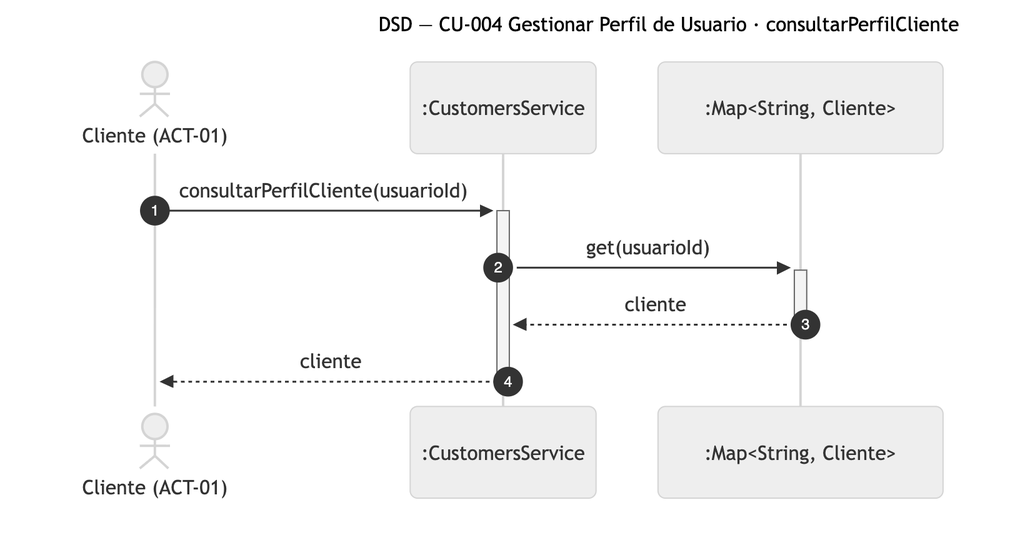
This is diagramas/png/DSD_CU-004_consultarPerfilCliente.png from Nahuelito-Dev/splg-docs, a Mermaid export, as it was before one commit. Its source is kept beside it as diagramas/DSD_CU-004_consultarPerfilCliente.mmd.
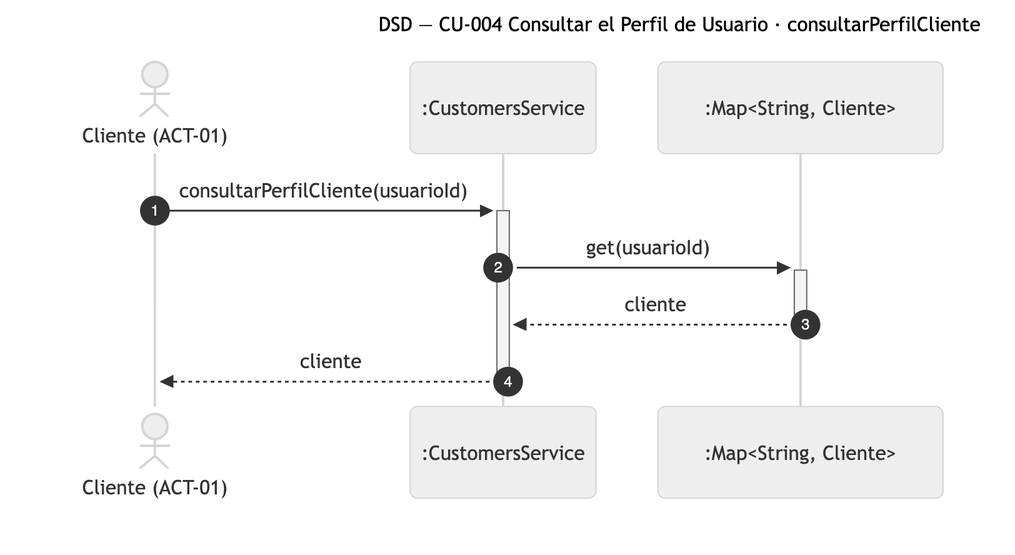
Later version of the same file.

Change to the diagram source:
```diff
@@ -1,5 +1,5 @@
 sequenceDiagram
-    title DSD — CU-004 Gestionar Perfil de Usuario · consultarPerfilCliente
+    title DSD — CU-004 Consultar el Perfil de Usuario · consultarPerfilCliente
     autonumber
     actor CLI as Cliente (ACT-01)
     participant SRV as :CustomersService
```
